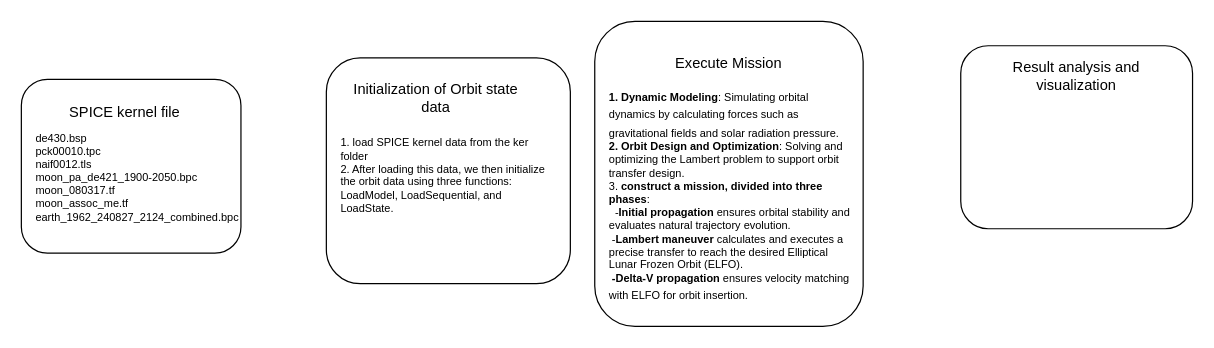
Above: uml_final_report.drawio in zhangnailiang/ER (draw.io), before the change. Source tidied: cells renumbered, new cells numbered last; positions are measured from the earlier drawing's top-left corner, leaving out a move shared by most shapes. Both pictures are drawn from the tidied source at 122%, with x=0, y=0 at pixel (21, 21).
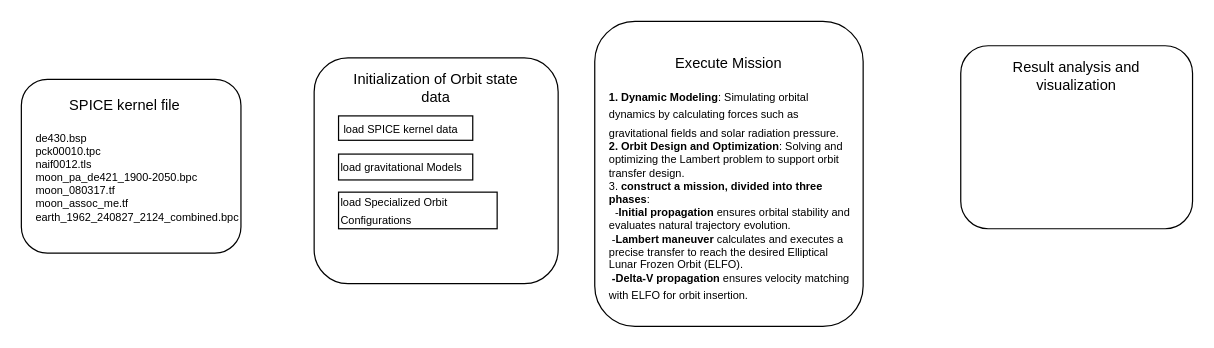
The same diagram, later.

What changed in the source:
```diff
@@
 <mxGraphModel>
   <root>
     <mxCell id="0" />
     <mxCell id="1" parent="0" />
     <mxCell id="2" style="rounded=1;whiteSpace=wrap;html=1;" parent="1" vertex="1">
       <mxGeometry y="47.5" width="180" height="142.5" as="geometry" />
     </mxCell>
     <mxCell id="3" style="rounded=1;whiteSpace=wrap;html=1;align=left;" parent="1" vertex="1">
-      <mxGeometry x="250" y="30" width="200" height="185" as="geometry" />
+      <mxGeometry x="240" y="30" width="200" height="185" as="geometry" />
     </mxCell>
     <mxCell id="4" style="rounded=1;whiteSpace=wrap;html=1;" parent="1" vertex="1">
       <mxGeometry x="470" width="220" height="250" as="geometry" />
     </mxCell>
     <mxCell id="5" style="rounded=1;whiteSpace=wrap;html=1;" parent="1" vertex="1">
       <mxGeometry x="770" y="20" width="190" height="150" as="geometry" />
     </mxCell>
     <mxCell id="6" value="SPICE kernel file" style="text;strokeColor=none;align=center;fillColor=none;html=1;verticalAlign=middle;whiteSpace=wrap;rounded=0;" parent="1" vertex="1">
-      <mxGeometry x="35" y="60" width="100" height="30" as="geometry" />
+      <mxGeometry x="35" y="53.8" width="100" height="30" as="geometry" />
     </mxCell>
     <mxCell id="7" value="Initialization of Orbit state data" style="text;strokeColor=none;align=center;fillColor=none;html=1;verticalAlign=middle;whiteSpace=wrap;rounded=0;" parent="1" vertex="1">
-      <mxGeometry x="270" y="47.5" width="140" height="30" as="geometry" />
+      <mxGeometry x="270" y="40" width="140" height="30" as="geometry" />
     </mxCell>
     <mxCell id="8" value="Execute Mission" style="text;strokeColor=none;align=center;fillColor=none;html=1;verticalAlign=middle;whiteSpace=wrap;rounded=0;" parent="1" vertex="1">
       <mxGeometry x="510" y="20" width="140" height="30" as="geometry" />
     </mxCell>
     <mxCell id="9" value="Result analysis and visualization" style="text;strokeColor=none;align=center;fillColor=none;html=1;verticalAlign=middle;whiteSpace=wrap;rounded=0;" parent="1" vertex="1">
       <mxGeometry x="795" y="30" width="140" height="30" as="geometry" />
     </mxCell>
     <mxCell id="10" value="de430.bsp&#10;pck00010.tpc&#10;naif0012.tls&#10;moon_pa_de421_1900-2050.bpc&#10;moon_080317.tf&#10;moon_assoc_me.tf&#10;earth_1962_240827_2124_combined.bpc" style="text;whiteSpace=wrap;fontSize=9;" parent="1" vertex="1">
       <mxGeometry x="10" y="83.8" width="170" height="120" as="geometry" />
     </mxCell>
-    <mxCell id="11" value="1. load SPICE kernel data from the ker folder&#10;2. After loading this data, we then initialize the orbit data using three functions: LoadModel, LoadSequential, and LoadState." style="text;whiteSpace=wrap;fontSize=9;" parent="1" vertex="1">
-      <mxGeometry x="260" y="87.5" width="180" height="70" as="geometry" />
-    </mxCell>
     <mxCell id="12" value="&lt;font style=&quot;font-size: 9px;&quot;&gt;&lt;strong style=&quot;&quot;&gt;1. Dynamic Modeling&lt;/strong&gt;: Simulating orbital dynamics by calculating forces such as gravitational fields and solar radiation pressure.&lt;/font&gt;&lt;div style=&quot;font-size: 9px;&quot;&gt;&lt;font style=&quot;font-size: 9px;&quot;&gt;&lt;b&gt;&lt;font style=&quot;font-size: 9px;&quot;&gt;2.&amp;nbsp;&lt;/font&gt;&lt;span style=&quot;background-color: initial;&quot;&gt;Orbit Design and Optimization&lt;/span&gt;&lt;/b&gt;&lt;span style=&quot;background-color: initial;&quot;&gt;: Solving and optimizing the Lambert problem to support orbit transfer design.&lt;/span&gt;&lt;/font&gt;&lt;/div&gt;&lt;div style=&quot;font-size: 9px;&quot;&gt;&lt;font style=&quot;font-size: 9px;&quot;&gt;3.&amp;nbsp;&lt;b&gt;construct a mission, divided into three phases&lt;/b&gt;:&lt;/font&gt;&lt;/div&gt;&lt;div style=&quot;font-size: 9px;&quot;&gt;&lt;font style=&quot;font-size: 9px;&quot;&gt;&amp;nbsp; -&lt;strong style=&quot;background-color: initial;&quot;&gt;Initial propagation&lt;/strong&gt;&lt;span style=&quot;background-color: initial;&quot;&gt; ensures orbital stability and evaluates natural trajectory evolution.&lt;/span&gt;&lt;/font&gt;&lt;/div&gt;&lt;div style=&quot;font-size: 9px;&quot;&gt;&lt;font style=&quot;font-size: 9px;&quot;&gt;&lt;span style=&quot;background-color: initial;&quot;&gt;&amp;nbsp;-&lt;/span&gt;&lt;strong style=&quot;background-color: initial;&quot;&gt;Lambert maneuver&lt;/strong&gt;&lt;span style=&quot;background-color: initial;&quot;&gt; calculates and executes a precise transfer to reach the desired Elliptical Lunar Frozen Orbit (ELFO).&lt;/span&gt;&lt;/font&gt;&lt;/div&gt;&lt;div style=&quot;font-size: 9px;&quot;&gt;&lt;font style=&quot;font-size: 9px;&quot;&gt;&lt;strong style=&quot;&quot;&gt;&amp;nbsp;-Delta-V propagation&lt;/strong&gt; ensures velocity matching with ELFO for orbit insertion.&lt;/font&gt;&lt;span style=&quot;background-color: initial; font-size: 12px;&quot;&gt;&lt;/span&gt;&lt;/div&gt;" style="text;whiteSpace=wrap;html=1;" parent="1" vertex="1">
       <mxGeometry x="480" y="47.5" width="200" height="192.5" as="geometry" />
     </mxCell>
+    <mxCell id="13" value="&lt;font style=&quot;font-size: 9px;&quot;&gt;&amp;nbsp;load SPICE kernel data&lt;/font&gt;" style="html=1;whiteSpace=wrap;align=left;" parent="1" vertex="1">
+      <mxGeometry x="260" y="77.5" width="110" height="20" as="geometry" />
+    </mxCell>
+    <mxCell id="14" value="&lt;font style=&quot;font-size: 9px;&quot;&gt;load gravitational Models&amp;nbsp;&lt;/font&gt;" style="html=1;whiteSpace=wrap;align=left;" parent="1" vertex="1">
+      <mxGeometry x="260" y="108.8" width="110" height="21.2" as="geometry" />
+    </mxCell>
+    <mxCell id="15" value="&lt;font style=&quot;font-size: 9px;&quot;&gt;load Specialized Orbit Configurations&lt;/font&gt;" style="html=1;whiteSpace=wrap;align=left;" parent="1" vertex="1">
+      <mxGeometry x="260" y="140" width="130" height="30" as="geometry" />
+    </mxCell>
   </root>
 </mxGraphModel>
```
